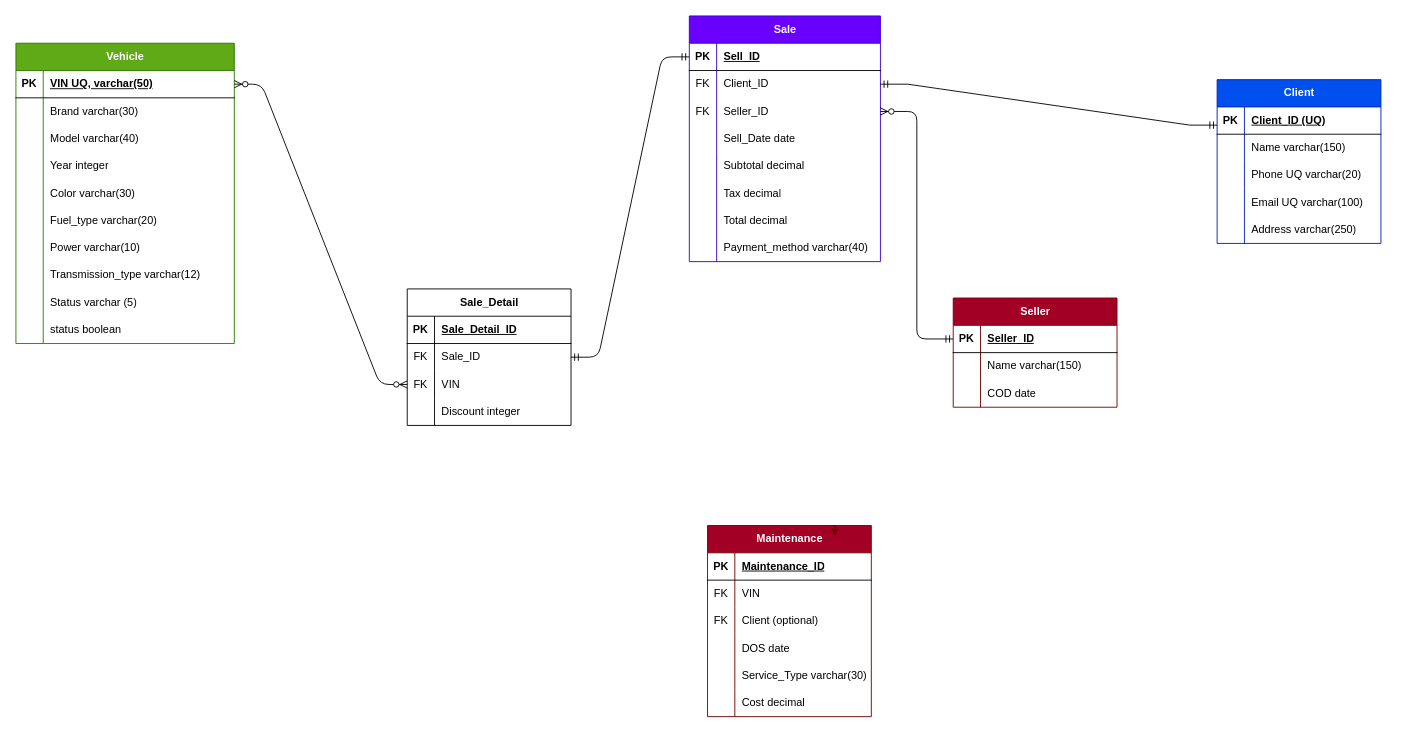
Earlier version of the draw.io diagram UML.drawio (Jlebot7/sqld_exam). Source tidied: cells renumbered, new cells numbered last; positions are measured from the earlier drawing's top-left corner, leaving out a move shared by most shapes. Both pictures are drawn from the tidied source at 91%, with x=0, y=0 at pixel (15, 15).
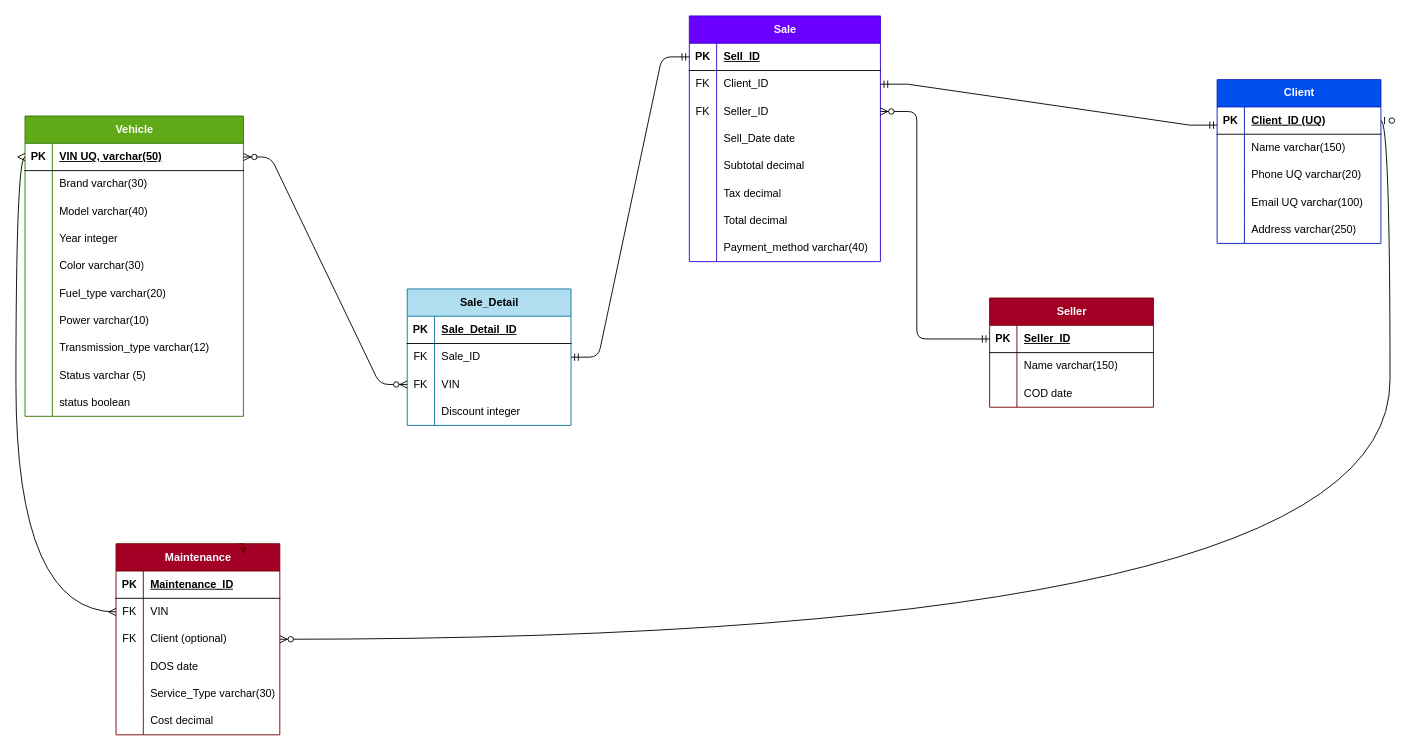
After the change.

Unchanged cells that the change refers to:
```xml
<mxCell id="3" style="shape=tableRow;horizontal=0;startSize=0;swimlaneHead=0;swimlaneBody=0;fillColor=none;points=[[0,0.5],[1,0.5]];portConstraint=eastwest;top=0;left=0;right=0;bottom=1;" parent="2" vertex="1">
  <mxGeometry y="30" width="240" height="30" as="geometry" />
</mxCell>
<mxCell id="34" style="shape=tableRow;horizontal=0;startSize=0;swimlaneHead=0;swimlaneBody=0;fillColor=none;points=[[0,0.5],[1,0.5]];portConstraint=eastwest;top=0;left=0;right=0;bottom=1;" parent="33" vertex="1">
  <mxGeometry y="30" width="180" height="30" as="geometry" />
</mxCell>
<mxCell id="105" style="shape=tableRow;horizontal=0;startSize=0;swimlaneHead=0;swimlaneBody=0;fillColor=none;points=[[0,0.5],[1,0.5]];portConstraint=eastwest;top=0;left=0;right=0;bottom=0;" parent="101" vertex="1">
  <mxGeometry y="60" width="180" height="30" as="geometry" />
</mxCell>
<mxCell id="108" style="shape=tableRow;horizontal=0;startSize=0;swimlaneHead=0;swimlaneBody=0;fillColor=none;points=[[0,0.5],[1,0.5]];portConstraint=eastwest;top=0;left=0;right=0;bottom=0;" parent="101" vertex="1">
  <mxGeometry y="90" width="180" height="30" as="geometry" />
</mxCell>
```

Change to the diagram source:
```diff
@@
     <mxCell id="2" value="Vehicle" style="shape=table;startSize=30;childLayout=tableLayout;rowLines=0;fontStyle=1;align=center;html=1;fillColor=#60a917;fontColor=#ffffff;strokeColor=#2D7600;" parent="1" vertex="1">
-      <mxGeometry y="30" width="240" height="330" as="geometry" />
+      <mxGeometry x="10" y="110" width="240" height="330" as="geometry" />
     </mxCell>
@@
     <mxCell id="49" value="Seller" style="shape=table;startSize=30;childLayout=tableLayout;rowLines=0;fontStyle=1;align=center;html=1;fillColor=#a20025;fontColor=#ffffff;strokeColor=#6F0000;" parent="1" vertex="1">
-      <mxGeometry x="1030" y="310" width="180" height="120" as="geometry" />
+      <mxGeometry x="1070" y="310" width="180" height="120" as="geometry" />
     </mxCell>
@@
-    <mxCell id="84" value="Sale_Detail" style="shape=table;startSize=30;childLayout=tableLayout;rowLines=0;fontStyle=1;align=center;html=1;" parent="1" vertex="1">
+    <mxCell id="84" value="Sale_Detail" style="shape=table;startSize=30;childLayout=tableLayout;rowLines=0;fontStyle=1;align=center;html=1;fillColor=#b1ddf0;strokeColor=#10739e;" parent="1" vertex="1">
       <mxGeometry x="430" y="300" width="180" height="150" as="geometry" />
     </mxCell>
@@
     <mxCell id="101" value="Maintenance" style="shape=table;startSize=30;childLayout=tableLayout;rowLines=0;fontStyle=1;align=center;html=1;fillColor=#a20025;fontColor=#ffffff;strokeColor=#6F0000;" parent="1" vertex="1">
-      <mxGeometry x="760" y="560" width="180" height="210" as="geometry" />
+      <mxGeometry x="110" y="580" width="180" height="210" as="geometry" />
     </mxCell>
@@
+    <mxCell id="121" style="edgeStyle=orthogonalEdgeStyle;fontSize=12;html=1;endArrow=ERmany;startArrow=ERmany;rounded=0;entryX=0;entryY=0.5;entryDx=0;entryDy=0;exitX=0;exitY=0.5;exitDx=0;exitDy=0;curved=1;" parent="1" edge="1" source="105" target="3">
+      <mxGeometry relative="1" as="geometry" />
+    </mxCell>
+    <mxCell id="122" style="edgeStyle=orthogonalEdgeStyle;fontSize=12;html=1;endArrow=ERzeroToMany;startArrow=ERzeroToOne;rounded=0;exitX=1;exitY=0.5;exitDx=0;exitDy=0;entryX=1;entryY=0.5;entryDx=0;entryDy=0;curved=1;" parent="1" edge="1" source="34" target="108">
+      <mxGeometry relative="1" as="geometry" />
+    </mxCell>
```
